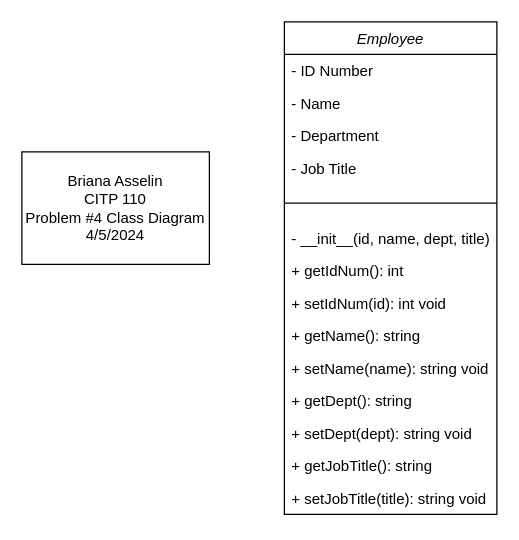
The draw.io diagram EmployeeClassUML.drawio in basselin2/IntroToPythonLCC, before the edit. Source tidied: cells renumbered, new cells numbered last; positions are measured from the earlier drawing's top-left corner, leaving out a move shared by most shapes. Both pictures are drawn from the tidied source at 125%, with x=0, y=0 at pixel (21, 21).
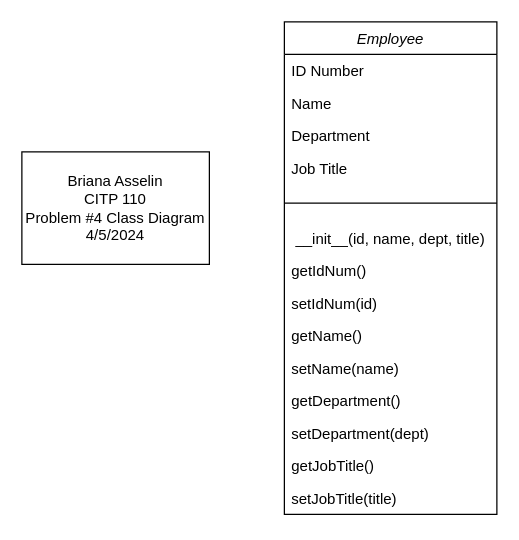
The same diagram, later.

The edit, as a diff of the source:
```diff
@@
 <mxGraphModel>
   <root>
     <mxCell id="0" />
     <mxCell id="1" parent="0" />
     <mxCell id="2" value="Employee" style="swimlane;fontStyle=2;align=center;verticalAlign=top;horizontal=1;startSize=26;rounded=0;shadow=0;strokeWidth=1;" parent="1" vertex="1">
       <mxGeometry x="210" width="170" height="394" as="geometry" />
     </mxCell>
-    <mxCell id="3" value="- ID Number" style="text;align=left;verticalAlign=top;spacingLeft=4;spacingRight=4;overflow=hidden;" parent="2" vertex="1">
+    <mxCell id="3" value="ID Number" style="text;align=left;verticalAlign=top;spacingLeft=4;spacingRight=4;overflow=hidden;" parent="2" vertex="1">
       <mxGeometry y="26" width="170" height="26" as="geometry" />
     </mxCell>
-    <mxCell id="4" value="- Name" style="text;align=left;verticalAlign=top;spacingLeft=4;spacingRight=4;overflow=hidden;rounded=0;shadow=0;html=0;" parent="2" vertex="1">
+    <mxCell id="4" value="Name" style="text;align=left;verticalAlign=top;spacingLeft=4;spacingRight=4;overflow=hidden;rounded=0;shadow=0;html=0;" parent="2" vertex="1">
       <mxGeometry y="52" width="170" height="26" as="geometry" />
     </mxCell>
-    <mxCell id="5" value="- Department" style="text;align=left;verticalAlign=top;spacingLeft=4;spacingRight=4;overflow=hidden;rounded=0;shadow=0;html=0;" parent="2" vertex="1">
+    <mxCell id="5" value="Department" style="text;align=left;verticalAlign=top;spacingLeft=4;spacingRight=4;overflow=hidden;rounded=0;shadow=0;html=0;" parent="2" vertex="1">
       <mxGeometry y="78" width="170" height="26" as="geometry" />
     </mxCell>
-    <mxCell id="6" value="- Job Title" style="text;align=left;verticalAlign=top;spacingLeft=4;spacingRight=4;overflow=hidden;rounded=0;shadow=0;html=0;" parent="2" vertex="1">
+    <mxCell id="6" value="Job Title" style="text;align=left;verticalAlign=top;spacingLeft=4;spacingRight=4;overflow=hidden;rounded=0;shadow=0;html=0;" parent="2" vertex="1">
       <mxGeometry y="104" width="170" height="26" as="geometry" />
     </mxCell>
     <mxCell id="7" style="line;html=1;strokeWidth=1;align=left;verticalAlign=middle;spacingTop=-1;spacingLeft=3;spacingRight=3;labelPosition=right;" parent="2" vertex="1">
       <mxGeometry y="130" width="170" height="30" as="geometry" />
     </mxCell>
-    <mxCell id="8" value="- __init__(id, name, dept, title)" style="text;align=left;verticalAlign=top;spacingLeft=4;spacingRight=4;overflow=hidden;rounded=0;shadow=0;html=0;" parent="2" vertex="1">
+    <mxCell id="8" value=" __init__(id, name, dept, title)" style="text;align=left;verticalAlign=top;spacingLeft=4;spacingRight=4;overflow=hidden;rounded=0;shadow=0;html=0;" parent="2" vertex="1">
       <mxGeometry y="160" width="170" height="26" as="geometry" />
     </mxCell>
-    <mxCell id="9" value="+ getIdNum(): int" style="text;align=left;verticalAlign=top;spacingLeft=4;spacingRight=4;overflow=hidden;rounded=0;shadow=0;html=0;" parent="2" vertex="1">
+    <mxCell id="9" value="getIdNum()" style="text;align=left;verticalAlign=top;spacingLeft=4;spacingRight=4;overflow=hidden;rounded=0;shadow=0;html=0;" parent="2" vertex="1">
       <mxGeometry y="186" width="170" height="26" as="geometry" />
     </mxCell>
-    <mxCell id="10" value="+ setIdNum(id): int void" style="text;align=left;verticalAlign=top;spacingLeft=4;spacingRight=4;overflow=hidden;rounded=0;shadow=0;html=0;" parent="2" vertex="1">
+    <mxCell id="10" value="setIdNum(id)" style="text;align=left;verticalAlign=top;spacingLeft=4;spacingRight=4;overflow=hidden;rounded=0;shadow=0;html=0;" parent="2" vertex="1">
       <mxGeometry y="212" width="170" height="26" as="geometry" />
     </mxCell>
-    <mxCell id="11" value="+ getName(): string" style="text;align=left;verticalAlign=top;spacingLeft=4;spacingRight=4;overflow=hidden;rounded=0;shadow=0;html=0;" parent="2" vertex="1">
+    <mxCell id="11" value="getName()" style="text;align=left;verticalAlign=top;spacingLeft=4;spacingRight=4;overflow=hidden;rounded=0;shadow=0;html=0;" parent="2" vertex="1">
       <mxGeometry y="238" width="170" height="26" as="geometry" />
     </mxCell>
-    <mxCell id="12" value="+ setName(name): string void" style="text;align=left;verticalAlign=top;spacingLeft=4;spacingRight=4;overflow=hidden;rounded=0;shadow=0;html=0;" parent="2" vertex="1">
+    <mxCell id="12" value="setName(name)" style="text;align=left;verticalAlign=top;spacingLeft=4;spacingRight=4;overflow=hidden;rounded=0;shadow=0;html=0;" parent="2" vertex="1">
       <mxGeometry y="264" width="170" height="26" as="geometry" />
     </mxCell>
-    <mxCell id="13" value="+ getDept(): string" style="text;align=left;verticalAlign=top;spacingLeft=4;spacingRight=4;overflow=hidden;rounded=0;shadow=0;html=0;" parent="2" vertex="1">
+    <mxCell id="13" value="getDepartment()" style="text;align=left;verticalAlign=top;spacingLeft=4;spacingRight=4;overflow=hidden;rounded=0;shadow=0;html=0;" parent="2" vertex="1">
       <mxGeometry y="290" width="170" height="26" as="geometry" />
     </mxCell>
-    <mxCell id="14" value="+ setDept(dept): string void" style="text;align=left;verticalAlign=top;spacingLeft=4;spacingRight=4;overflow=hidden;rounded=0;shadow=0;html=0;" parent="2" vertex="1">
+    <mxCell id="14" value="setDepartment(dept)" style="text;align=left;verticalAlign=top;spacingLeft=4;spacingRight=4;overflow=hidden;rounded=0;shadow=0;html=0;" parent="2" vertex="1">
       <mxGeometry y="316" width="170" height="26" as="geometry" />
     </mxCell>
-    <mxCell id="15" value="+ getJobTitle(): string" style="text;align=left;verticalAlign=top;spacingLeft=4;spacingRight=4;overflow=hidden;rounded=0;shadow=0;html=0;" parent="2" vertex="1">
+    <mxCell id="15" value="getJobTitle()" style="text;align=left;verticalAlign=top;spacingLeft=4;spacingRight=4;overflow=hidden;rounded=0;shadow=0;html=0;" parent="2" vertex="1">
       <mxGeometry y="342" width="170" height="26" as="geometry" />
     </mxCell>
-    <mxCell id="16" value="+ setJobTitle(title): string void" style="text;align=left;verticalAlign=top;spacingLeft=4;spacingRight=4;overflow=hidden;rounded=0;shadow=0;html=0;" parent="2" vertex="1">
+    <mxCell id="16" value="setJobTitle(title)" style="text;align=left;verticalAlign=top;spacingLeft=4;spacingRight=4;overflow=hidden;rounded=0;shadow=0;html=0;" parent="2" vertex="1">
       <mxGeometry y="368" width="170" height="26" as="geometry" />
     </mxCell>
     <mxCell id="17" value="Briana Asselin&lt;div&gt;CITP 110&lt;/div&gt;&lt;div&gt;Problem #4 Class Diagram&lt;/div&gt;&lt;div&gt;4/5/2024&lt;/div&gt;" style="rounded=0;whiteSpace=wrap;html=1;" parent="1" vertex="1">
       <mxGeometry y="104" width="150" height="90" as="geometry" />
     </mxCell>
   </root>
 </mxGraphModel>
```
